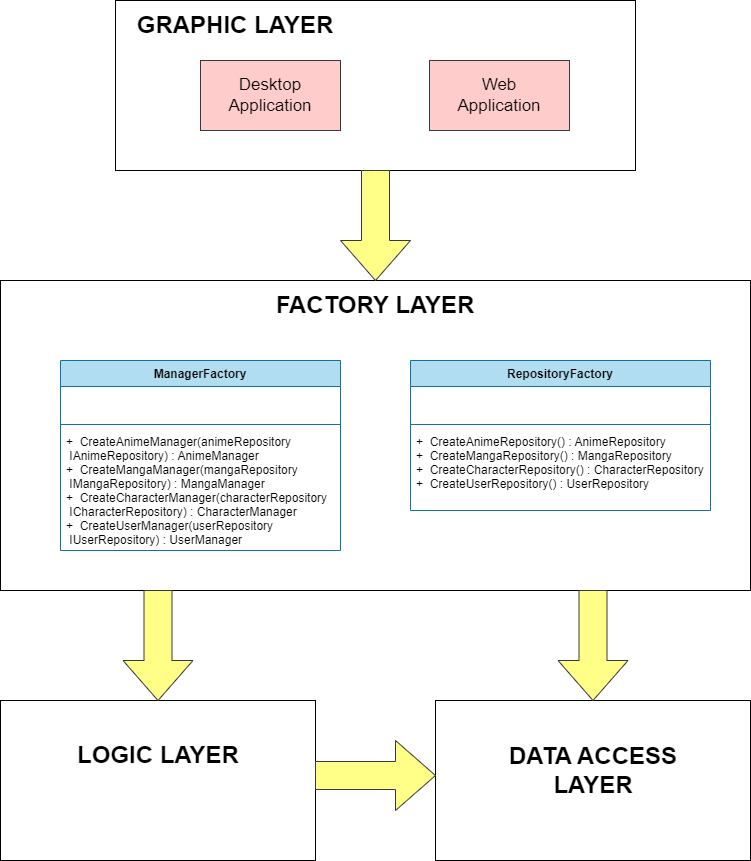
Above: Binaries/UML Diagrams/ArchitectureAnimeTracker.png in dianaciu03/Anime-Tracker-Application (draw.io), before the change. Source tidied: cells renumbered, new cells last; positions are measured from the earlier drawing's top-left corner, leaving out a move shared by most shapes.
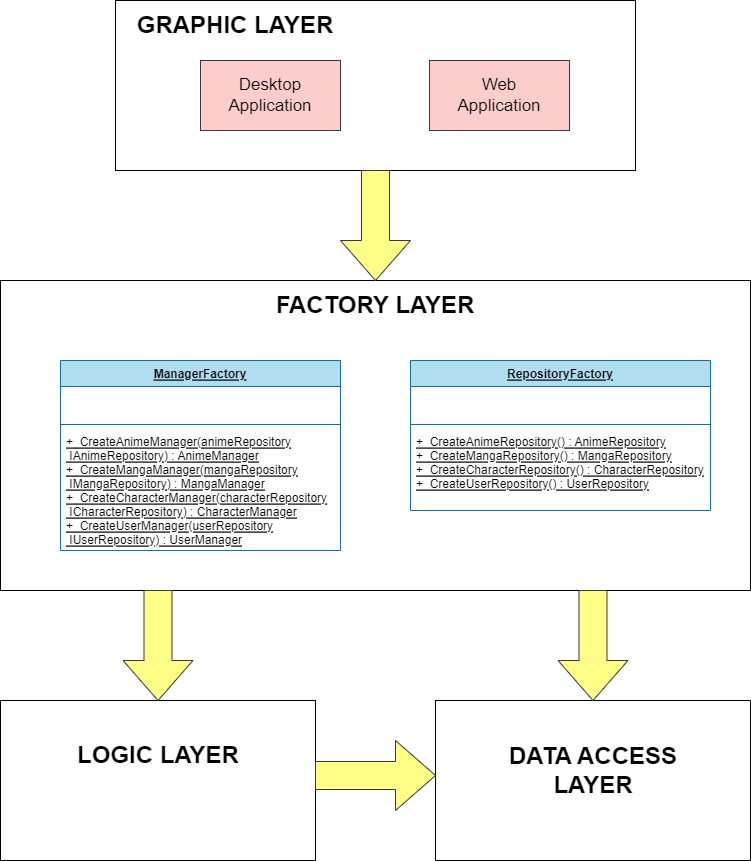
After the commit.

Commit message:
updated database diagram

Change to the diagram source:
```diff
@@ -20,7 +20,7 @@
     <mxCell id="7" value="&lt;b&gt;&lt;font style=&quot;font-size: 24px;&quot;&gt;FACTORY LAYER&lt;/font&gt;&lt;/b&gt;" style="text;html=1;strokeColor=none;fillColor=none;align=center;verticalAlign=middle;whiteSpace=wrap;rounded=0;" parent="1" vertex="1">
       <mxGeometry x="265" y="290" width="220" height="30" as="geometry" />
     </mxCell>
-    <mxCell id="8" value="ManagerFactory" style="swimlane;fontStyle=1;align=center;verticalAlign=top;horizontal=1;startSize=26;fillColor=#b1ddf0;strokeColor=#10739e;" parent="1" vertex="1">
+    <mxCell id="8" value="ManagerFactory" style="swimlane;fontStyle=5;align=center;verticalAlign=top;horizontal=1;startSize=26;fillColor=#b1ddf0;strokeColor=#10739e;" parent="1" vertex="1">
       <mxGeometry x="60" y="360" width="280" height="190" as="geometry" />
     </mxCell>
     <mxCell id="9" value="   " style="text;strokeColor=none;fillColor=none;align=left;verticalAlign=top;spacingLeft=4;spacingRight=4;overflow=hidden;" parent="8" vertex="1">
@@ -29,10 +29,10 @@
     <mxCell id="10" style="line;strokeWidth=1;fillColor=none;align=left;verticalAlign=middle;spacingTop=-1;spacingLeft=3;spacingRight=3;labelPosition=right;strokeColor=inherit;" parent="8" vertex="1">
       <mxGeometry y="60" width="280" height="8" as="geometry" />
     </mxCell>
-    <mxCell id="11" value="+  CreateAnimeManager(animeRepository&#10; IAnimeRepository) : AnimeManager&#10;+  CreateMangaManager(mangaRepository&#10; IMangaRepository) : MangaManager&#10;+  CreateCharacterManager(characterRepository&#10; ICharacterRepository) : CharacterManager&#10;+  CreateUserManager(userRepository&#10; IUserRepository) : UserManager" style="text;strokeColor=none;fillColor=none;align=left;verticalAlign=top;spacingLeft=4;spacingRight=4;overflow=hidden;" parent="8" vertex="1">
+    <mxCell id="11" value="+  CreateAnimeManager(animeRepository&#10; IAnimeRepository) : AnimeManager&#10;+  CreateMangaManager(mangaRepository&#10; IMangaRepository) : MangaManager&#10;+  CreateCharacterManager(characterRepository&#10; ICharacterRepository) : CharacterManager&#10;+  CreateUserManager(userRepository&#10; IUserRepository) : UserManager" style="text;strokeColor=none;fillColor=none;align=left;verticalAlign=top;spacingLeft=4;spacingRight=4;overflow=hidden;fontStyle=4;" parent="8" vertex="1">
       <mxGeometry y="68" width="280" height="122" as="geometry" />
     </mxCell>
-    <mxCell id="12" value="RepositoryFactory" style="swimlane;fontStyle=1;align=center;verticalAlign=top;horizontal=1;startSize=26;fillColor=#b1ddf0;strokeColor=#10739e;" parent="1" vertex="1">
+    <mxCell id="12" value="RepositoryFactory" style="swimlane;fontStyle=5;align=center;verticalAlign=top;horizontal=1;startSize=26;fillColor=#b1ddf0;strokeColor=#10739e;" parent="1" vertex="1">
       <mxGeometry x="410" y="360" width="300" height="150" as="geometry" />
     </mxCell>
     <mxCell id="13" value="   " style="text;strokeColor=none;fillColor=none;align=left;verticalAlign=top;spacingLeft=4;spacingRight=4;overflow=hidden;" parent="12" vertex="1">
@@ -41,7 +41,7 @@
     <mxCell id="14" style="line;strokeWidth=1;fillColor=none;align=left;verticalAlign=middle;spacingTop=-1;spacingLeft=3;spacingRight=3;labelPosition=right;strokeColor=inherit;" parent="12" vertex="1">
       <mxGeometry y="60" width="300" height="8" as="geometry" />
     </mxCell>
-    <mxCell id="15" value="+  CreateAnimeRepository() : AnimeRepository&#10;+  CreateMangaRepository() : MangaRepository&#10;+  CreateCharacterRepository() : CharacterRepository&#10;+  CreateUserRepository() : UserRepository" style="text;strokeColor=none;fillColor=none;align=left;verticalAlign=top;spacingLeft=4;spacingRight=4;overflow=hidden;" parent="12" vertex="1">
+    <mxCell id="15" value="+  CreateAnimeRepository() : AnimeRepository&#10;+  CreateMangaRepository() : MangaRepository&#10;+  CreateCharacterRepository() : CharacterRepository&#10;+  CreateUserRepository() : UserRepository" style="text;strokeColor=none;fillColor=none;align=left;verticalAlign=top;spacingLeft=4;spacingRight=4;overflow=hidden;fontStyle=4;" parent="12" vertex="1">
       <mxGeometry y="68" width="300" height="82" as="geometry" />
     </mxCell>
     <mxCell id="16" style="html=1;shadow=0;dashed=0;align=center;verticalAlign=middle;shape=mxgraph.arrows2.arrow;dy=0.6;dx=40;direction=south;notch=0;fillColor=#ffff88;strokeColor=#36393d;" parent="1" vertex="1">
```
